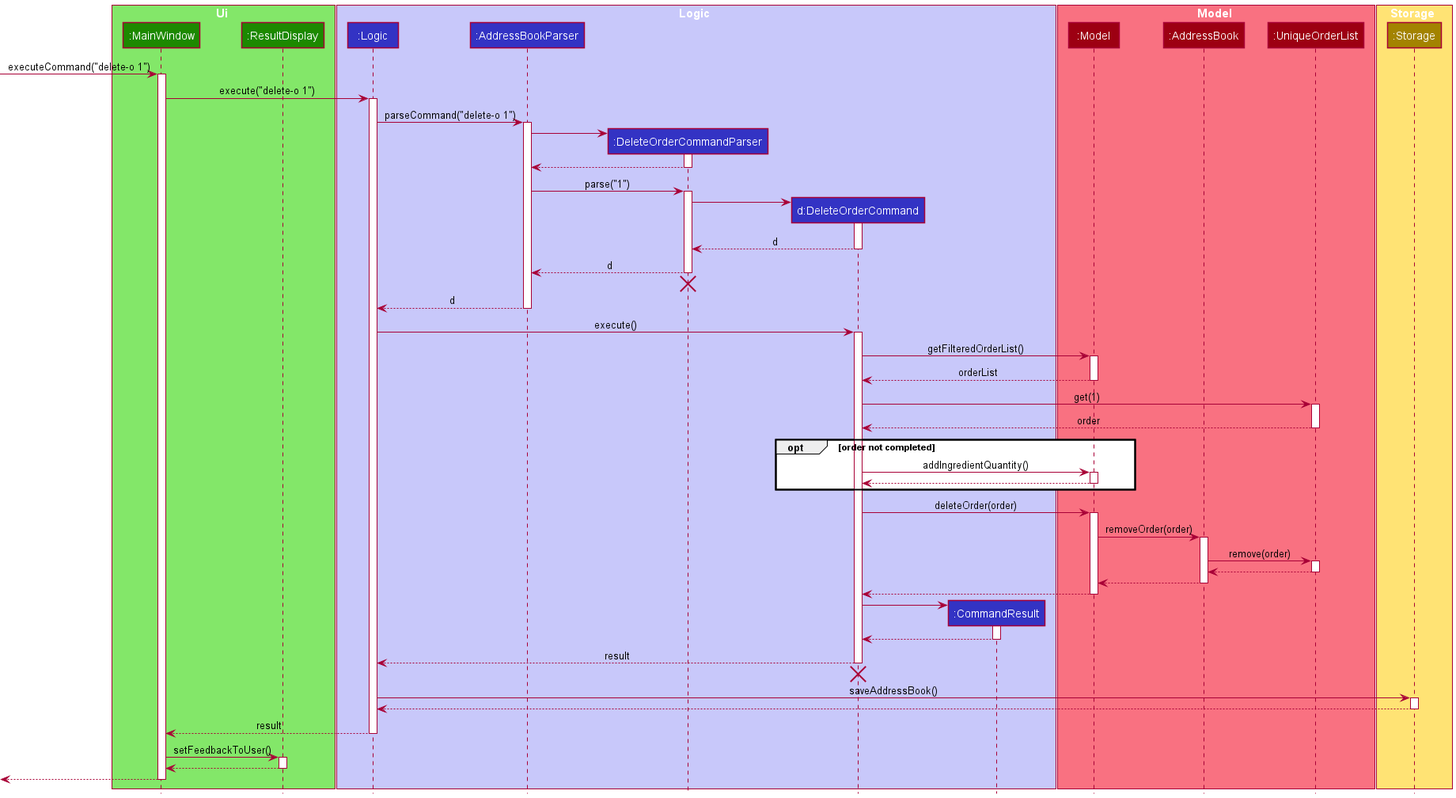
Earlier version of the PlantUML export docs/images/DeleteOrderSequenceDiagram.png (zognin/tp). The source it was exported from:
```plantuml
@startuml
!include style.puml

box Ui UI_COLOR_T1
participant ":MainWindow" as MainWindow UI_COLOR
participant ":ResultDisplay" as ResultDisplay UI_COLOR
end box
[-> MainWindow : executeCommand("delete-o 1")
activate MainWindow

box Logic LOGIC_COLOR_T1
participant ":Logic" as Logic LOGIC_COLOR
participant ":AddressBookParser" as AddressBookParser LOGIC_COLOR
participant ":DeleteOrderCommandParser" as DeleteOrderCommandParser LOGIC_COLOR
participant "d:DeleteOrderCommand" as DeleteOrderCommand LOGIC_COLOR
participant ":CommandResult" as CommandResult LOGIC_COLOR
end box

box Model MODEL_COLOR_T1
participant ":Model" as Model MODEL_COLOR
participant ":AddressBook" as AddressBook MODEL_COLOR
participant ":UniqueOrderList" as UniqueOrderList MODEL_COLOR
end box

box Storage STORAGE_COLOR_T1
participant ":Storage" as Storage STORAGE_COLOR
end box

MainWindow -> Logic : execute("delete-o 1")
activate Logic

Logic -> AddressBookParser : parseCommand("delete-o 1")
activate AddressBookParser

create DeleteOrderCommandParser
AddressBookParser -> DeleteOrderCommandParser
activate DeleteOrderCommandParser

DeleteOrderCommandParser --> AddressBookParser
deactivate DeleteOrderCommandParser

AddressBookParser -> DeleteOrderCommandParser : parse("1")
activate DeleteOrderCommandParser

create DeleteOrderCommand
DeleteOrderCommandParser -> DeleteOrderCommand
activate DeleteOrderCommand

DeleteOrderCommand --> DeleteOrderCommandParser : d
deactivate DeleteOrderCommand

DeleteOrderCommandParser --> AddressBookParser : d
deactivate DeleteOrderCommandParser
DeleteOrderCommandParser -[hidden]-> AddressBookParser
destroy DeleteOrderCommandParser

AddressBookParser --> Logic : d
deactivate AddressBookParser

Logic -> DeleteOrderCommand : execute()
activate DeleteOrderCommand

DeleteOrderCommand -> Model : getFilteredOrderList()
activate Model

Model --> DeleteOrderCommand : orderList
deactivate Model

DeleteOrderCommand -> UniqueOrderList : get(1)
activate UniqueOrderList

UniqueOrderList --> DeleteOrderCommand : order
deactivate UniqueOrderList

opt order not completed
    DeleteOrderCommand -> Model : addIngredientQuantity()
    activate Model

    Model --> DeleteOrderCommand
    deactivate Model
end

DeleteOrderCommand -> Model : deleteOrder(order)
activate Model

Model -> AddressBook : removeOrder(order)
activate AddressBook

AddressBook -> UniqueOrderList : remove(order)
activate UniqueOrderList

UniqueOrderList --> AddressBook
deactivate UniqueOrderList

AddressBook --> Model
deactivate AddressBook

Model --> DeleteOrderCommand
deactivate Model

create CommandResult
DeleteOrderCommand -> CommandResult
activate CommandResult

CommandResult --> DeleteOrderCommand
deactivate CommandResult

DeleteOrderCommand --> Logic : result
deactivate DeleteOrderCommand
DeleteOrderCommand -[hidden]-> AddressBookParser
destroy DeleteOrderCommand

Logic -> Storage : saveAddressBook()
activate Storage

Storage --> Logic
deactivate Storage

Logic --> MainWindow : result
deactivate Logic

MainWindow -> ResultDisplay : setFeedbackToUser()
activate ResultDisplay

ResultDisplay --> MainWindow
deactivate ResultDisplay

[<--MainWindow
deactivate MainWindow
@enduml
```
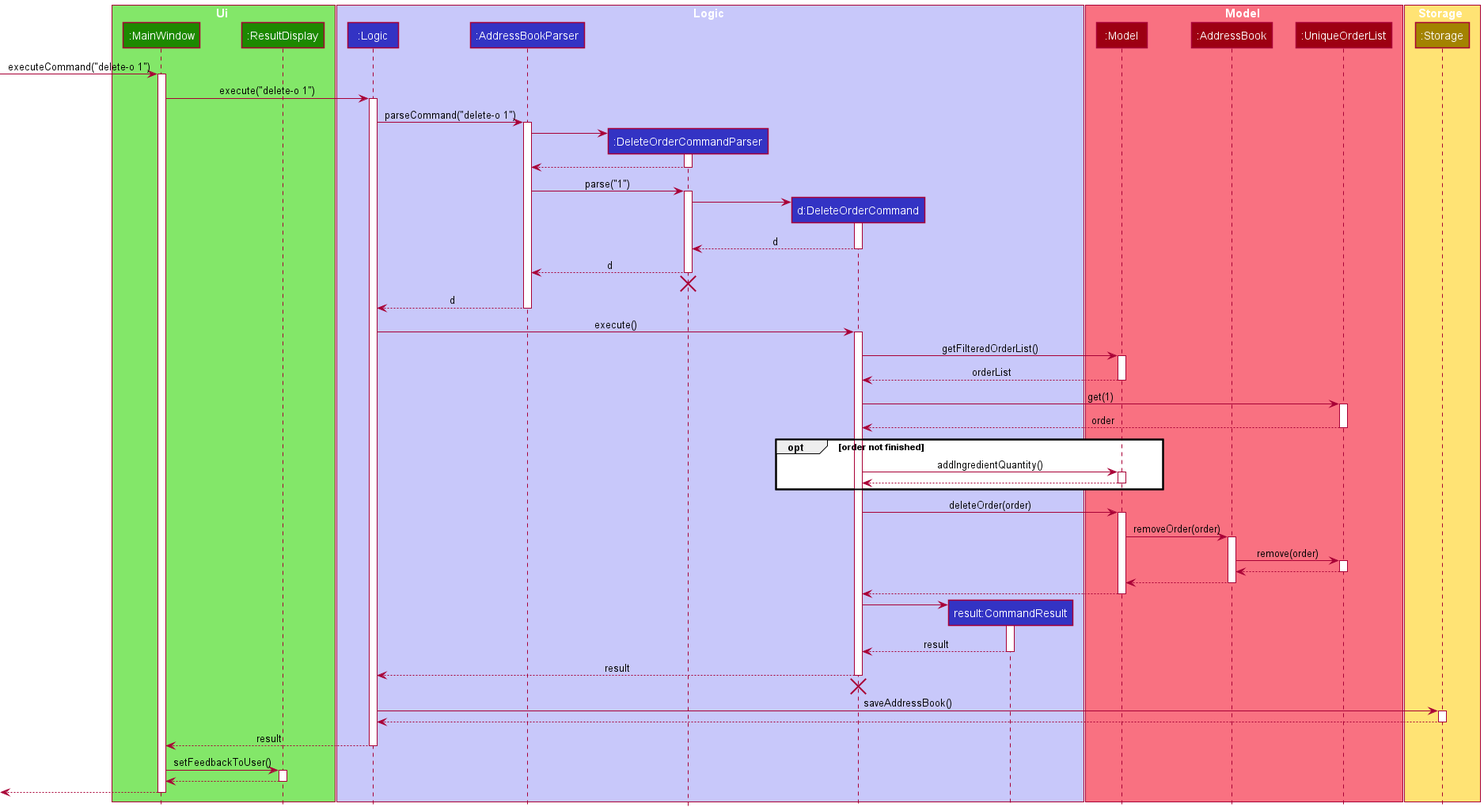
After the commit.

Diff of the diagram source:
```diff
@@ -13,7 +13,7 @@
 participant ":AddressBookParser" as AddressBookParser LOGIC_COLOR
 participant ":DeleteOrderCommandParser" as DeleteOrderCommandParser LOGIC_COLOR
 participant "d:DeleteOrderCommand" as DeleteOrderCommand LOGIC_COLOR
-participant ":CommandResult" as CommandResult LOGIC_COLOR
+participant "result:CommandResult" as CommandResult LOGIC_COLOR
 end box
 
 box Model MODEL_COLOR_T1
@@ -72,7 +72,7 @@
 UniqueOrderList --> DeleteOrderCommand : order
 deactivate UniqueOrderList
 
-opt order not completed
+opt order not finished
     DeleteOrderCommand -> Model : addIngredientQuantity()
     activate Model
 
@@ -102,7 +102,7 @@
 DeleteOrderCommand -> CommandResult
 activate CommandResult
 
-CommandResult --> DeleteOrderCommand
+CommandResult --> DeleteOrderCommand : result
 deactivate CommandResult
 
 DeleteOrderCommand --> Logic : result
```
